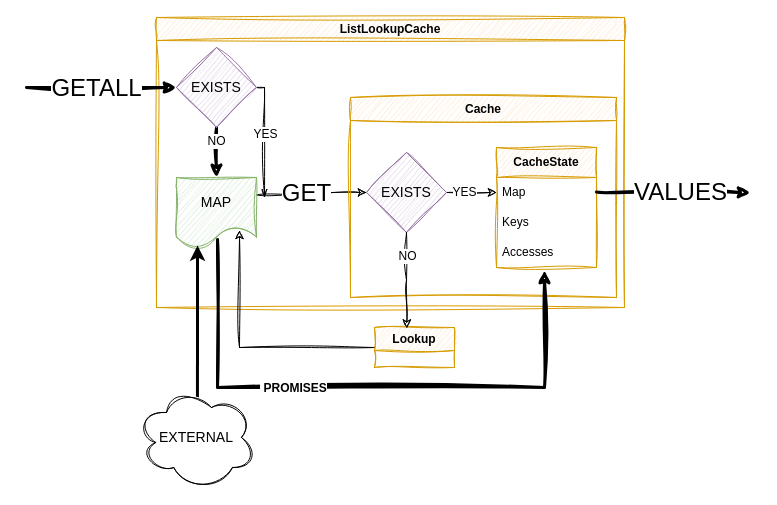
This is assets/images/2023/12/cache_composition.drawio from stevenrskelton/stevenrskelton.github.io, a draw.io file, before an edit. Source tidied: cells renumbered, new cells numbered last; positions are measured from the earlier drawing's top-left corner, leaving out a move shared by most shapes. Both pictures are drawn from the tidied source at 100%, with x=0, y=0 at pixel (26, 17).
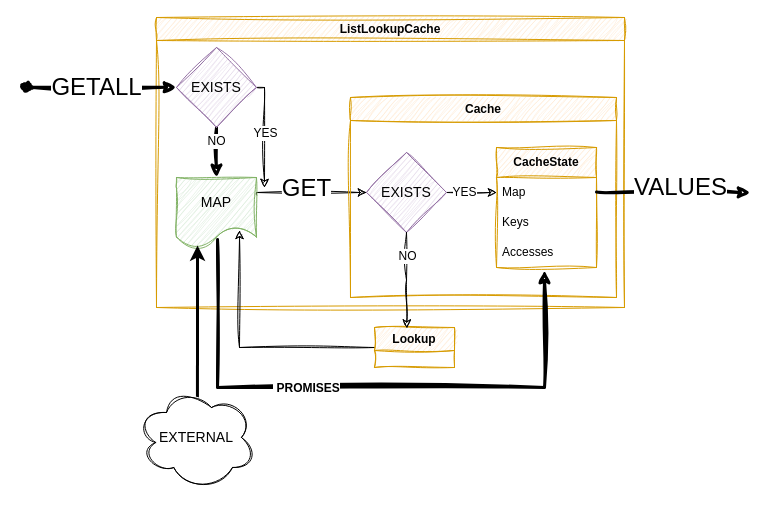
The same diagram, later.

Unchanged cells that the change refers to:
```xml
<mxCell id="2" value="ListLookupCache" style="swimlane;whiteSpace=wrap;html=1;fillColor=#ffe6cc;strokeColor=#d79b00;sketch=1;curveFitting=1;jiggle=2;" parent="1" vertex="1">
  <mxGeometry x="130" width="468" height="290" as="geometry" />
</mxCell>
<mxCell id="10" value="EXISTS" style="rhombus;whiteSpace=wrap;html=1;fontSize=14;sketch=1;curveFitting=1;jiggle=2;fillColor=#e1d5e7;strokeColor=#9673a6;" parent="2" vertex="1">
  <mxGeometry x="20" y="30" width="80" height="80" as="geometry" />
</mxCell>
<mxCell id="11" value="MAP" style="shape=document;whiteSpace=wrap;html=1;boundedLbl=1;sketch=1;curveFitting=1;jiggle=2;fillColor=#d5e8d4;strokeColor=#82b366;fontSize=14;" parent="2" vertex="1">
  <mxGeometry x="20" y="160" width="80" height="70" as="geometry" />
</mxCell>
<mxCell id="18" value="EXISTS" style="rhombus;whiteSpace=wrap;html=1;fontSize=14;sketch=1;curveFitting=1;jiggle=2;fillColor=#e1d5e7;strokeColor=#9673a6;" parent="12" vertex="1">
  <mxGeometry x="16" y="55" width="80" height="80" as="geometry" />
</mxCell>
<mxCell id="19" style="edgeStyle=orthogonalEdgeStyle;rounded=0;orthogonalLoop=1;jettySize=auto;html=1;strokeWidth=3;sketch=1;curveFitting=1;jiggle=2;" parent="12" edge="1">
  <mxGeometry relative="1" as="geometry">
    <mxPoint x="246" y="94.5" as="sourcePoint" />
    <mxPoint x="400" y="95" as="targetPoint" />
    <Array as="points">
      <mxPoint x="306" y="94.5" />
    </Array>
  </mxGeometry>
</mxCell>
<mxCell id="21" style="edgeStyle=orthogonalEdgeStyle;rounded=0;jettySize=auto;html=1;exitX=0.513;exitY=0.886;exitDx=0;exitDy=0;exitPerimeter=0;strokeWidth=3;sketch=1;curveFitting=1;jiggle=2;entryX=0.48;entryY=1.1;entryDx=0;entryDy=0;entryPerimeter=0;" parent="2" edge="1" source="11" target="16">
  <mxGeometry relative="1" as="geometry">
    <Array as="points">
      <mxPoint x="61" y="370" />
      <mxPoint x="388" y="370" />
    </Array>
  </mxGeometry>
</mxCell>
```

Change to the diagram source:
```diff
@@
-    <mxCell id="3" style="edgeStyle=orthogonalEdgeStyle;rounded=0;jettySize=auto;html=1;entryX=0;entryY=0.5;entryDx=0;entryDy=0;strokeWidth=3;sketch=1;curveFitting=1;jiggle=2;" parent="2" edge="1" target="10">
-      <mxGeometry relative="1" as="geometry">
-        <mxPoint x="-130" y="70" as="sourcePoint" />
-        <Array as="points">
-          <mxPoint x="-130" y="70" />
-        </Array>
-      </mxGeometry>
-    </mxCell>
-    <mxCell id="4" value="GETALL" style="edgeLabel;html=1;align=center;verticalAlign=middle;fontSize=24;" parent="3" vertex="1">
-      <mxGeometry x="0.47" relative="1" as="geometry">
-        <mxPoint x="-40" as="offset" />
-      </mxGeometry>
-    </mxCell>
     <mxCell id="5" style="edgeStyle=orthogonalEdgeStyle;rounded=0;jettySize=auto;html=1;entryX=0;entryY=0.5;entryDx=0;entryDy=0;exitX=1;exitY=0.25;exitDx=0;exitDy=0;sketch=1;curveFitting=1;jiggle=2;" parent="2" edge="1" source="11" target="18">
-      <mxGeometry relative="1" as="geometry" />
+      <mxGeometry relative="1" as="geometry">
+        <Array as="points">
+          <mxPoint x="100" y="175" />
+        </Array>
+      </mxGeometry>
     </mxCell>
-    <mxCell id="6" value="GET" style="edgeLabel;html=1;align=center;verticalAlign=middle;fontSize=24;" parent="5" vertex="1">
+    <mxCell id="6" value="GET" style="edgeLabel;html=1;align=center;verticalAlign=middle;fontSize=24;labelBackgroundColor=default;" parent="5" vertex="1">
       <mxGeometry x="0.47" relative="1" as="geometry">
-        <mxPoint x="-31" as="offset" />
+        <mxPoint x="-31" y="-5" as="offset" />
       </mxGeometry>
     </mxCell>
@@
-    <mxCell id="8" style="edgeStyle=orthogonalEdgeStyle;rounded=0;jettySize=auto;html=1;exitX=1;exitY=0.5;exitDx=0;exitDy=0;sketch=1;curveFitting=1;jiggle=2;endArrow=openThin;endFill=0;" parent="2" edge="1" source="10">
+    <mxCell id="8" style="edgeStyle=orthogonalEdgeStyle;rounded=0;jettySize=auto;html=1;exitX=1;exitY=0.5;exitDx=0;exitDy=0;sketch=1;curveFitting=1;jiggle=2;endArrow=classic;endFill=1;" parent="2" edge="1" source="10">
       <mxGeometry relative="1" as="geometry">
-        <mxPoint x="108" y="180" as="targetPoint" />
+        <mxPoint x="108" y="170" as="targetPoint" />
         <Array as="points">
           <mxPoint x="108" y="70" />
         </Array>
       </mxGeometry>
     </mxCell>
@@
-    <mxCell id="20" value="VALUES" style="edgeLabel;html=1;align=center;verticalAlign=middle;fontSize=24;" parent="19" vertex="1">
+    <mxCell id="20" value="VALUES" style="edgeLabel;html=1;align=center;verticalAlign=middle;fontSize=24;labelBackgroundColor=default;" parent="19" vertex="1">
       <mxGeometry x="0.47" relative="1" as="geometry">
-        <mxPoint x="-29" as="offset" />
+        <mxPoint x="-29" y="-5" as="offset" />
       </mxGeometry>
     </mxCell>
@@
-    <mxCell id="22" value="&amp;nbsp;PROMISES " style="edgeLabel;html=1;align=center;verticalAlign=middle;fontStyle=1;fontSize=12;" parent="21" vertex="1">
+    <mxCell id="22" value="&amp;nbsp;PROMISES " style="edgeLabel;html=1;align=center;verticalAlign=middle;fontStyle=1;fontSize=12;labelBackgroundColor=default;" parent="21" vertex="1">
       <mxGeometry x="-0.29" relative="1" as="geometry">
-        <mxPoint x="13" as="offset" />
+        <mxPoint x="26" as="offset" />
       </mxGeometry>
     </mxCell>
@@
+    <mxCell id="3" style="edgeStyle=orthogonalEdgeStyle;rounded=0;orthogonalLoop=1;jettySize=auto;html=1;entryX=0;entryY=0.5;entryDx=0;entryDy=0;strokeWidth=3;sketch=1;curveFitting=1;jiggle=2;startArrow=oval;startFill=0;" parent="1" edge="1">
+      <mxGeometry relative="1" as="geometry">
+        <mxPoint y="69.8" as="sourcePoint" />
+        <mxPoint x="150" y="69.8" as="targetPoint" />
+        <Array as="points">
+          <mxPoint y="69.8" />
+        </Array>
+      </mxGeometry>
+    </mxCell>
+    <mxCell id="4" value="GETALL" style="edgeLabel;html=1;align=center;verticalAlign=middle;fontSize=24;labelBackgroundColor=default;" parent="3" vertex="1">
+      <mxGeometry x="0.47" relative="1" as="geometry">
+        <mxPoint x="-40" as="offset" />
+      </mxGeometry>
+    </mxCell>
```
